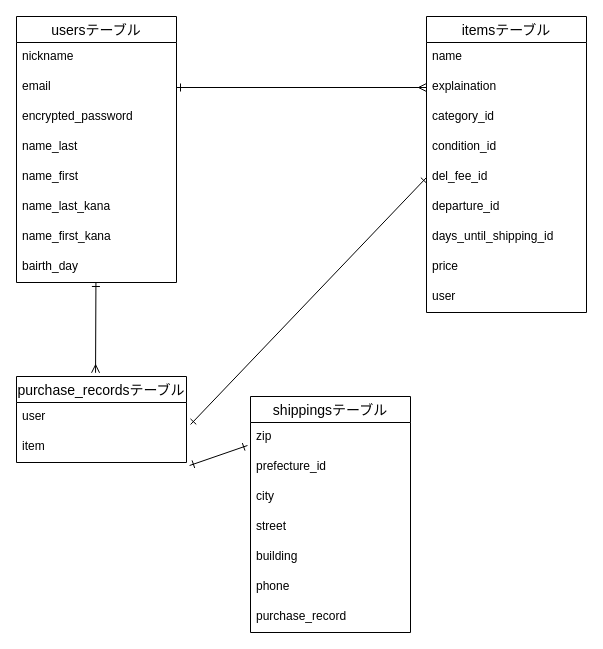
Above: test.dio in sakuuuuuuuu/furima-39461 (draw.io), before the change. Source tidied: cells renumbered, new cells numbered last; positions are measured from the earlier drawing's top-left corner, leaving out a move shared by most shapes. Both pictures are drawn from the tidied source at 100%, with x=0, y=0 at pixel (16, 16).
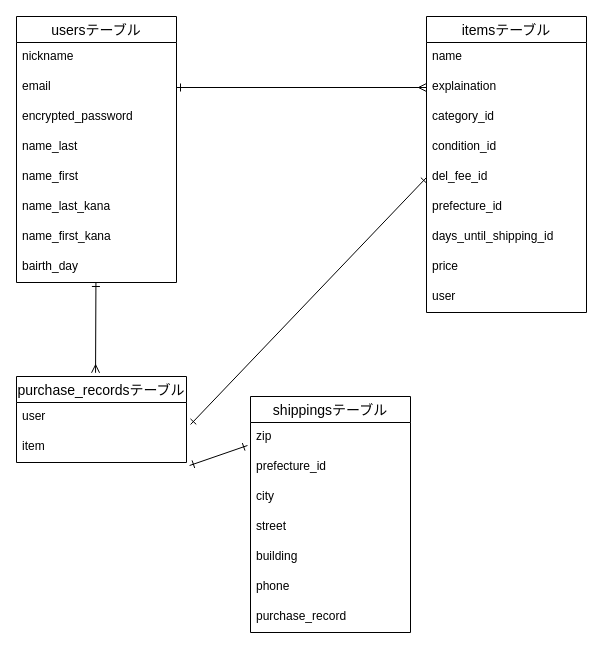
The same page after the edit.

Unchanged cells that the change refers to:
```xml
<mxCell id="12" value="itemsテーブル" style="swimlane;fontStyle=0;horizontal=1;startSize=26;align=center;fontSize=14;" parent="1" vertex="1">
  <mxGeometry x="410" width="160" height="296" as="geometry" />
</mxCell>
```

The edit, as a diff of the source:
```diff
@@
-    <mxCell id="18" value="departure_id" style="text;strokeColor=none;fillColor=none;spacingLeft=4;spacingRight=4;overflow=hidden;fontSize=12;" parent="12" vertex="1">
+    <mxCell id="18" value="prefecture_id" style="text;strokeColor=none;fillColor=none;spacingLeft=4;spacingRight=4;overflow=hidden;fontSize=12;" parent="12" vertex="1">
       <mxGeometry y="176" width="160" height="30" as="geometry" />
     </mxCell>
```
